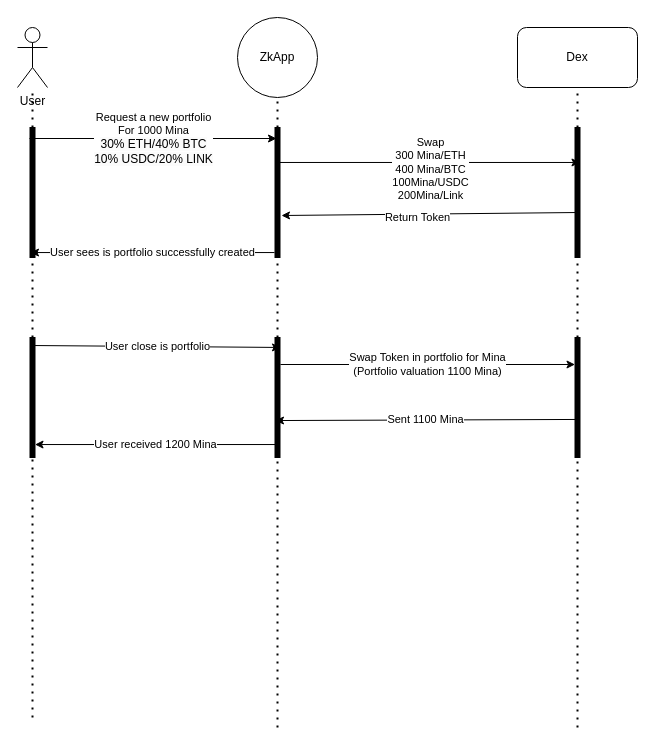
Earlier version of the draw.io diagram Work.drawio (youtpout/MinaFolio). Source tidied: cells renumbered, new cells numbered last; positions are measured from the earlier drawing's top-left corner, leaving out a move shared by most shapes. Both pictures are drawn from the tidied source at 100%, with x=0, y=0 at pixel (17, 17).
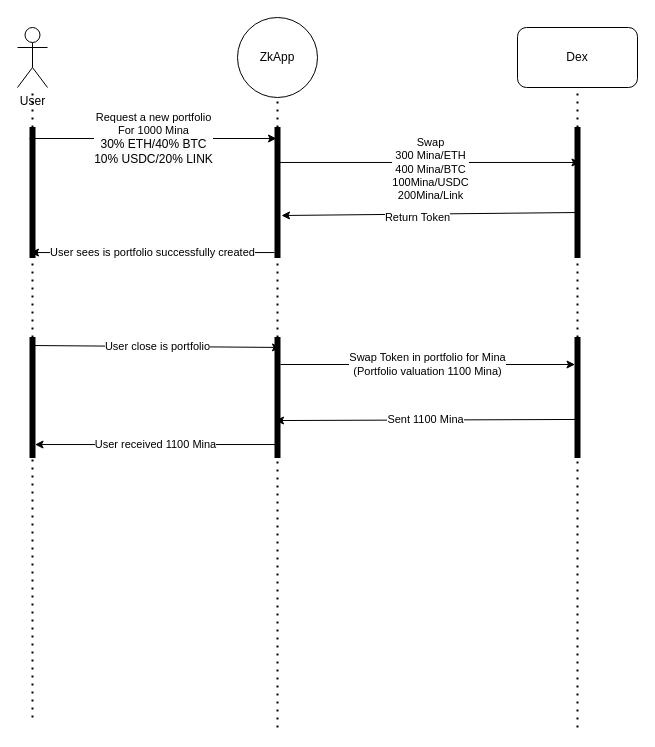
The same diagram, later.

The change refers to these unchanged cells:
```xml
<mxCell id="21" style="html=1;points=[];perimeter=orthogonalPerimeter;fillColor=strokeColor;" parent="1" vertex="1">
  <mxGeometry x="12.5" y="320" width="5" height="120" as="geometry" />
</mxCell>
<mxCell id="23" style="html=1;points=[];perimeter=orthogonalPerimeter;fillColor=strokeColor;" parent="1" vertex="1">
  <mxGeometry x="257.5" y="320" width="5" height="120" as="geometry" />
</mxCell>
```

The edit, as a diff of the source:
```diff
@@
-    <mxCell id="29" value="User received 1200 Mina" style="endArrow=classic;html=1;exitX=0.3;exitY=0.892;exitDx=0;exitDy=0;exitPerimeter=0;" parent="1" edge="1" source="23" target="21">
+    <mxCell id="29" value="User received 1100 Mina" style="endArrow=classic;html=1;exitX=0.3;exitY=0.892;exitDx=0;exitDy=0;exitPerimeter=0;" parent="1" edge="1" source="23" target="21">
       <mxGeometry relative="1" as="geometry" />
     </mxCell>
```
